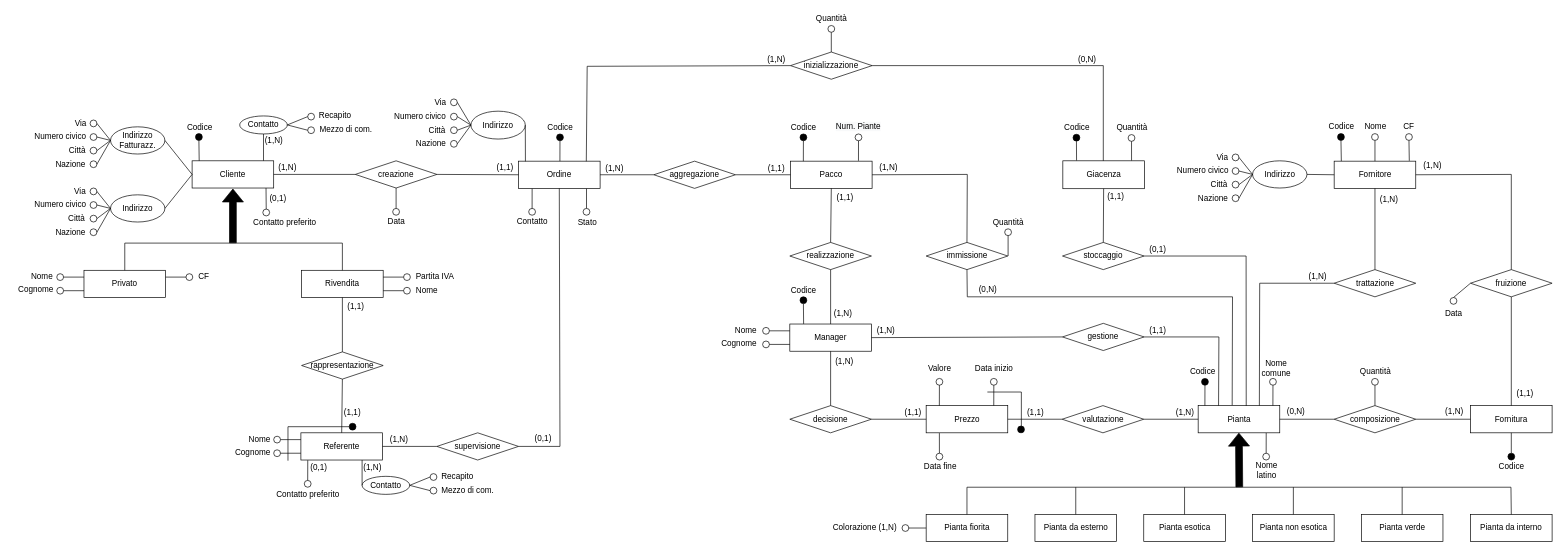
The draw.io diagram ER-diagrams/ER-master.drawio in nic-agos/Verde-S.R.L, before the edit. Source tidied: cells renumbered, new cells numbered last; positions are measured from the earlier drawing's top-left corner, leaving out a move shared by most shapes. Both pictures are drawn from the tidied source at 68%, with x=0, y=0 at pixel (12, 12).
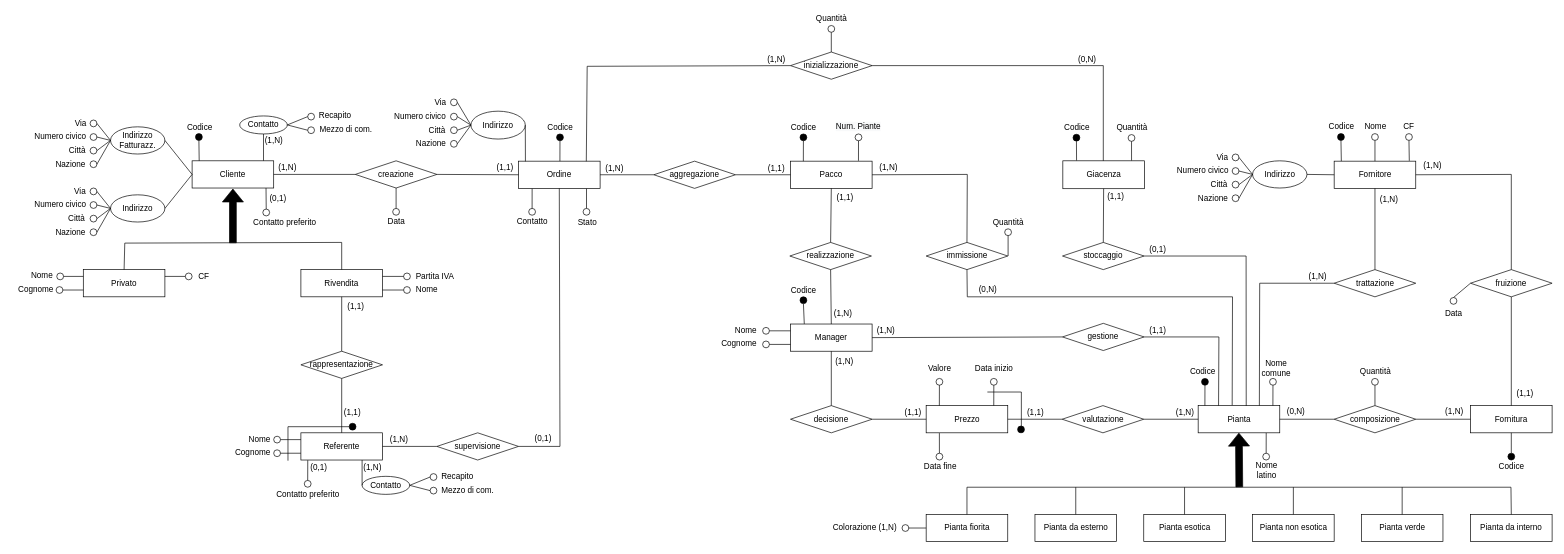
After the change.

Diff of the diagram source:
```diff
@@
     <mxCell id="22" value="Privato" style="rounded=0;whiteSpace=wrap;html=1;strokeWidth=1;perimeterSpacing=0;" parent="1" vertex="1">
-      <mxGeometry x="106" y="380" width="120" height="40" as="geometry" />
+      <mxGeometry x="105" y="379" width="120" height="40" as="geometry" />
     </mxCell>
     <mxCell id="23" value="Rivendita" style="rounded=0;whiteSpace=wrap;html=1;strokeWidth=1;perimeterSpacing=0;" parent="1" vertex="1">
-      <mxGeometry x="426" y="380" width="120" height="40" as="geometry" />
+      <mxGeometry x="425" y="379" width="120" height="40" as="geometry" />
     </mxCell>
     <mxCell id="24" style="endArrow=none;html=1;rounded=0;" parent="1" edge="1">
       <mxGeometry relative="1" as="geometry">
         <mxPoint x="166" y="340" as="sourcePoint" />
-        <mxPoint x="486" y="340" as="targetPoint" />
+        <mxPoint x="485" y="339" as="targetPoint" />
       </mxGeometry>
     </mxCell>
@@
     <mxCell id="26" style="endArrow=none;html=1;rounded=0;exitX=0.5;exitY=0;exitDx=0;exitDy=0;" parent="1" edge="1" source="23">
       <mxGeometry relative="1" as="geometry">
-        <mxPoint x="486" y="340" as="targetPoint" />
+        <mxPoint x="485" y="339" as="targetPoint" />
       </mxGeometry>
     </mxCell>
@@
     <mxCell id="28" style="ellipse;whiteSpace=wrap;html=1;strokeWidth=1;fillColor=none;" parent="1" vertex="1">
-      <mxGeometry x="66" y="385" width="10" height="10" as="geometry" />
+      <mxGeometry x="66" y="384" width="10" height="10" as="geometry" />
     </mxCell>
@@
     <mxCell id="30" value="Nome" style="text;html=1;align=center;verticalAlign=middle;strokeColor=none;fillColor=none;" parent="1" vertex="1">
-      <mxGeometry x="19" y="379" width="50" height="20" as="geometry" />
+      <mxGeometry x="19" y="378" width="50" height="20" as="geometry" />
     </mxCell>
     <mxCell id="31" style="ellipse;whiteSpace=wrap;html=1;strokeWidth=1;fillColor=none;" parent="1" vertex="1">
-      <mxGeometry x="66" y="405" width="10" height="10" as="geometry" />
+      <mxGeometry x="65" y="404" width="10" height="10" as="geometry" />
     </mxCell>
-    <mxCell id="32" style="endArrow=none;html=1;rounded=0;fillColor=#000000;entryX=0;entryY=0.75;entryDx=0;entryDy=0;" parent="1" edge="1" target="22">
-      <mxGeometry relative="1" as="geometry">
-        <mxPoint x="76" y="410" as="sourcePoint" />
-      </mxGeometry>
+    <mxCell id="32" style="endArrow=none;html=1;rounded=0;fillColor=#000000;entryX=0;entryY=0.75;entryDx=0;entryDy=0;exitX=1;exitY=0.5;exitDx=0;exitDy=0;" parent="1" edge="1" source="31" target="22">
+      <mxGeometry relative="1" as="geometry" />
     </mxCell>
     <mxCell id="33" value="Cognome" style="text;html=1;align=center;verticalAlign=middle;strokeColor=none;fillColor=none;" parent="1" vertex="1">
-      <mxGeometry y="399" width="70" height="20" as="geometry" />
+      <mxGeometry y="398" width="70" height="20" as="geometry" />
     </mxCell>
     <mxCell id="34" style="ellipse;whiteSpace=wrap;html=1;strokeWidth=1;fillColor=none;" parent="1" vertex="1">
-      <mxGeometry x="256" y="385" width="10" height="10" as="geometry" />
+      <mxGeometry x="255" y="384" width="10" height="10" as="geometry" />
     </mxCell>
@@
     <mxCell id="37" style="ellipse;whiteSpace=wrap;html=1;strokeWidth=1;fillColor=none;" parent="1" vertex="1">
-      <mxGeometry x="576" y="385" width="10" height="10" as="geometry" />
+      <mxGeometry x="576" y="384" width="10" height="10" as="geometry" />
     </mxCell>
     <mxCell id="38" style="ellipse;whiteSpace=wrap;html=1;strokeWidth=1;fillColor=none;" parent="1" vertex="1">
-      <mxGeometry x="576" y="405" width="10" height="10" as="geometry" />
+      <mxGeometry x="576" y="404" width="10" height="10" as="geometry" />
     </mxCell>
     <mxCell id="39" value="Partita IVA" style="text;html=1;align=center;verticalAlign=middle;strokeColor=none;fillColor=none;" parent="1" vertex="1">
-      <mxGeometry x="587" y="380" width="70" height="20" as="geometry" />
+      <mxGeometry x="587" y="379" width="70" height="20" as="geometry" />
     </mxCell>
     <mxCell id="40" value="Nome" style="text;html=1;align=center;verticalAlign=middle;strokeColor=none;fillColor=none;" parent="1" vertex="1">
-      <mxGeometry x="585" y="400" width="50" height="20" as="geometry" />
+      <mxGeometry x="585" y="399" width="50" height="20" as="geometry" />
     </mxCell>
@@
     <mxCell id="44" value="rappresentazione" style="rhombus;whiteSpace=wrap;html=1;" parent="1" vertex="1">
-      <mxGeometry x="426" y="500" width="120" height="40" as="geometry" />
+      <mxGeometry x="425" y="499" width="120" height="40" as="geometry" />
     </mxCell>
@@
     <mxCell id="172" value="Manager" style="rounded=0;whiteSpace=wrap;html=1;strokeWidth=1;perimeterSpacing=0;" parent="1" vertex="1">
-      <mxGeometry x="1144" y="459" width="120" height="40" as="geometry" />
+      <mxGeometry x="1145" y="459" width="120" height="40" as="geometry" />
     </mxCell>
@@
     <mxCell id="175" value="decisione" style="rhombus;whiteSpace=wrap;html=1;" parent="1" vertex="1">
-      <mxGeometry x="1144" y="579" width="120" height="40" as="geometry" />
+      <mxGeometry x="1145" y="579" width="120" height="40" as="geometry" />
     </mxCell>
```
